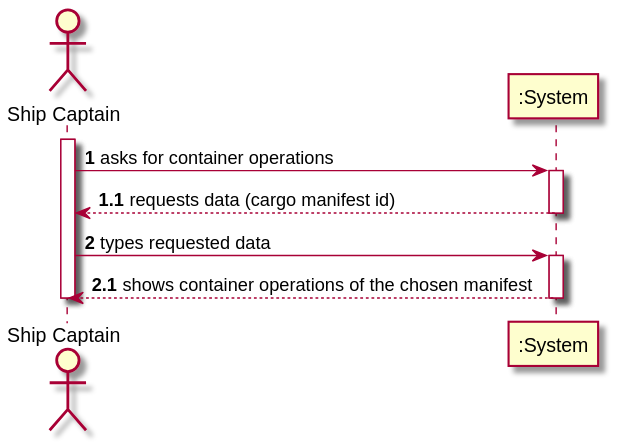
Before: docs/Sprint 4/US403/US403_SSD.svg, a diagram exported from PlantUML (1190772/LAB-Project-3).
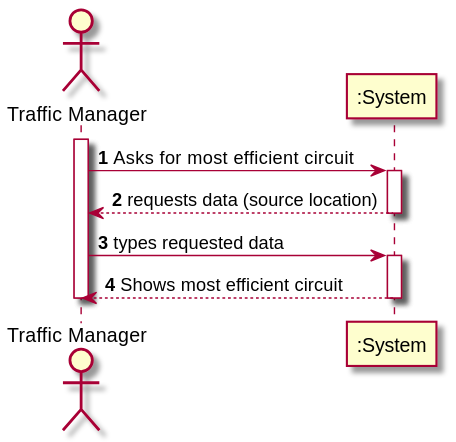
After the commit.

The edit, as a diff of the source:
```diff
@@ -2,27 +2,21 @@
 
 autonumber
 
-actor "Ship Captain" as SP
+actor "Traffic Manager" as TM
 
-activate SP
-SP -> ":System" : asks for container operations
-
-autonumber 1.1
+activate TM
+TM -> ":System" : Asks for  most efficient circuit
 
 activate ":System"
-":System" --> "SP" : requests data (cargo manifest id)
+":System" --> "TM" : requests data (source location)
 deactivate ":System"
 
-autonumber 2
-
-SP -> ":System" : types requested data
-
-autonumber 2.1
+TM -> ":System" : types requested data
 
 activate ":System"
-":System" --> SP : shows container operations of the chosen manifest
+":System" --> "TM" : Shows most efficient circuit
 deactivate ":System"
 
-deactivate SP
+deactivate TM
 
 @enduml
```
